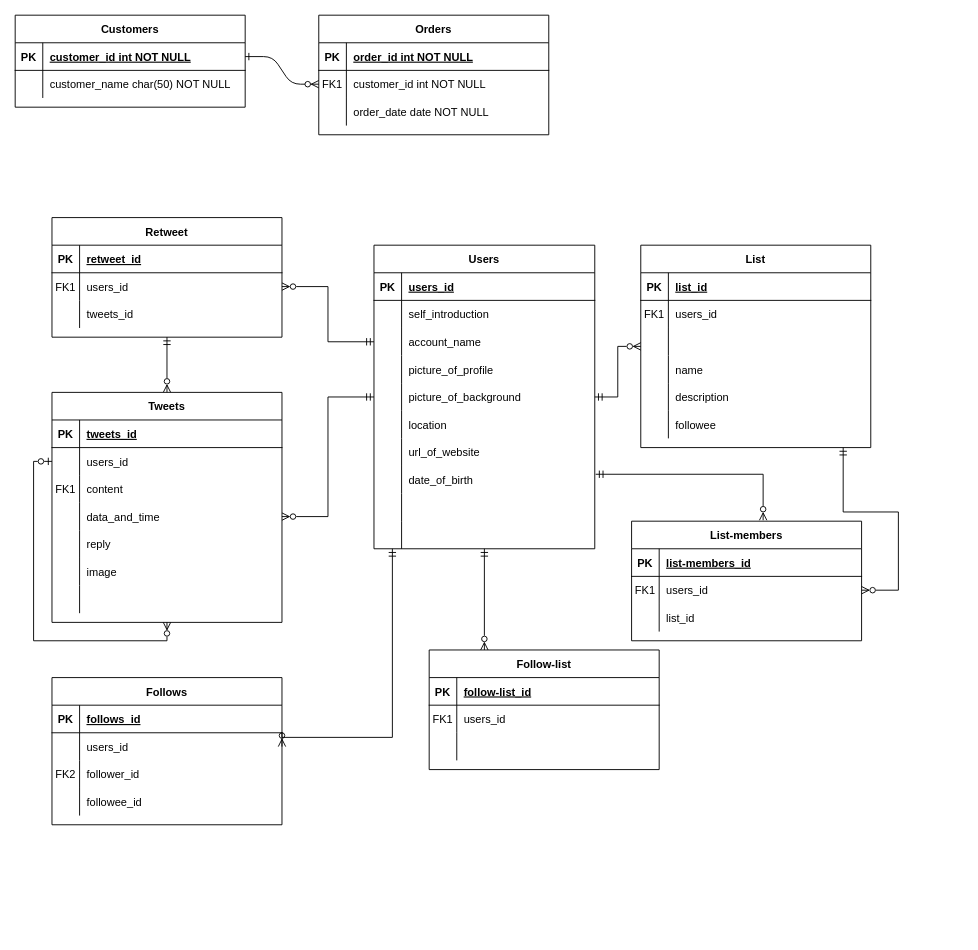
Earlier version of the draw.io diagram Untitled Diagram.drawio (umizaru/hello-world). Source tidied: cells renumbered, new cells numbered last; positions are measured from the earlier drawing's top-left corner, leaving out a move shared by most shapes. Both pictures are drawn from the tidied source at 92%, with x=0, y=0 at pixel (15, 15).
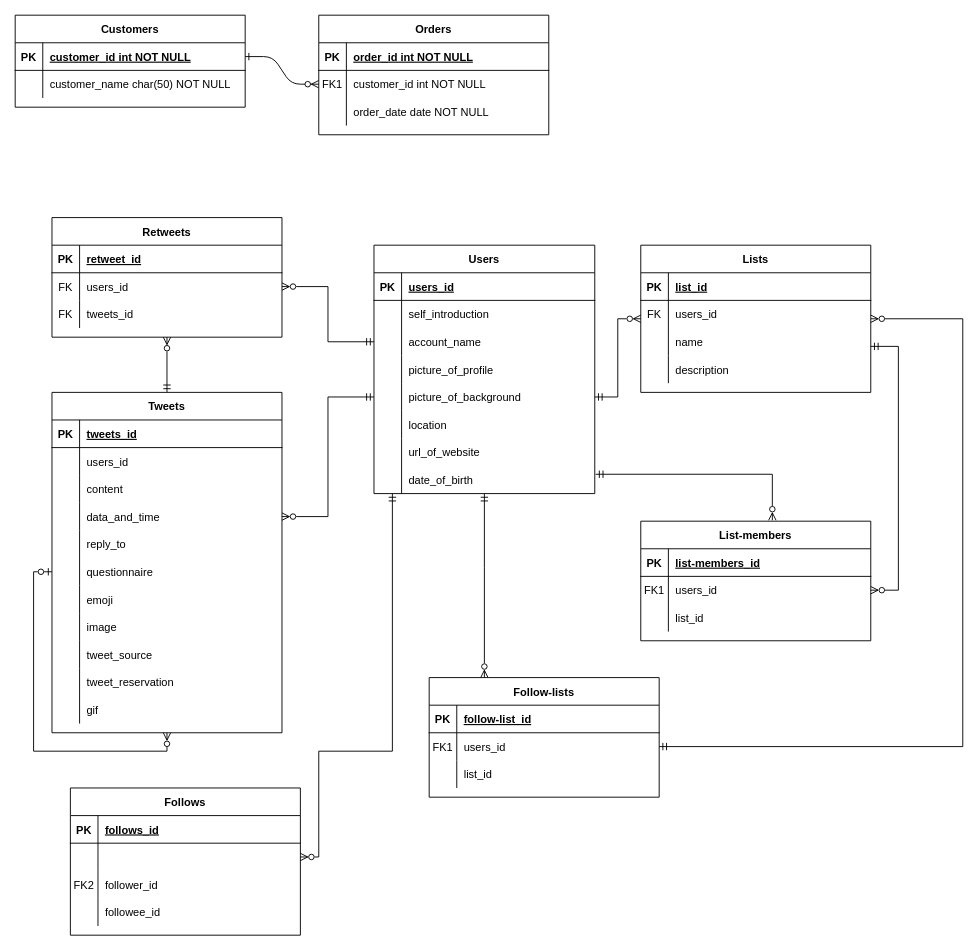
The same page after the edit.

Commit message (it also covers changes not shown here):
Untitled Diagram.drawio を更新します

Unchanged cells that the change refers to:
```xml
<mxCell id="25" style="shape=partialRectangle;fillColor=none;points=[[0,0.5],[1,0.5]];portConstraint=eastwest;top=0;left=0;right=0;bottom=0;" parent="21" vertex="1">
  <mxGeometry y="60" width="250" height="30" as="geometry" />
</mxCell>
<mxCell id="28" style="shape=partialRectangle;fillColor=none;top=0;left=0;right=0;bottom=0;" parent="21" vertex="1">
  <mxGeometry y="90" width="250" height="30" as="geometry" />
</mxCell>
<mxCell id="35" style="shape=partialRectangle;fillColor=none;points=[[0,0.5],[1,0.5]];portConstraint=eastwest;top=0;left=0;right=0;bottom=0;" parent="31" vertex="1">
  <mxGeometry y="60" width="250" height="30" as="geometry" />
</mxCell>
<mxCell id="49" style="shape=partialRectangle;fillColor=none;points=[[0,0.5],[1,0.5]];portConstraint=eastwest;top=0;left=0;right=0;bottom=0;" parent="44" vertex="1">
  <mxGeometry y="60" width="250" height="30" as="geometry" />
</mxCell>
<mxCell id="52" style="shape=partialRectangle;fillColor=none;top=0;left=0;right=0;bottom=0;" parent="44" vertex="1">
  <mxGeometry y="90" width="250" height="30" as="geometry" />
</mxCell>
<mxCell id="58" style="shape=partialRectangle;fillColor=none;top=0;left=0;right=0;bottom=0;" parent="44" vertex="1">
  <mxGeometry y="150" width="250" height="30" as="geometry" />
</mxCell>
<mxCell id="72" style="shape=partialRectangle;fillColor=none;top=0;left=0;right=0;bottom=0;" parent="68" vertex="1">
  <mxGeometry y="60" width="250" height="30" as="geometry" />
</mxCell>
<mxCell id="91" style="shape=partialRectangle;fillColor=none;points=[[0,0.5],[1,0.5]];portConstraint=eastwest;top=0;left=0;right=0;bottom=0;" parent="87" vertex="1">
  <mxGeometry y="60" width="250" height="30" as="geometry" />
</mxCell>
<mxCell id="94" style="shape=partialRectangle;fillColor=none;top=0;left=0;right=0;bottom=0;" parent="87" vertex="1">
  <mxGeometry y="90" width="250" height="30" as="geometry" />
</mxCell>
<mxCell id="101" style="shape=partialRectangle;fillColor=none;points=[[0,0.5],[1,0.5]];portConstraint=eastwest;top=0;left=0;right=0;bottom=0;" parent="97" vertex="1">
  <mxGeometry y="60" width="250" height="30" as="geometry" />
</mxCell>
```

Change to the diagram source:
```diff
@@
-    <mxCell id="20" style="edgeStyle=orthogonalEdgeStyle;rounded=0;jettySize=auto;html=1;startArrow=ERmandOne;startFill=0;endArrow=ERzeroToMany;endFill=0;" parent="1" edge="1" source="21" target="44">
-      <mxGeometry relative="1" as="geometry" />
-    </mxCell>
-    <mxCell id="21" value="Retweet" style="shape=table;startSize=30;childLayout=tableLayout;rowLines=0;fontStyle=1;align=center;" parent="1" vertex="1">
+    <mxCell id="21" value="Retweets" style="shape=table;startSize=30;childLayout=tableLayout;rowLines=0;fontStyle=1;align=center;" parent="1" vertex="1">
       <mxGeometry x="40" y="220" width="250" height="130" as="geometry" />
     </mxCell>
@@
-    <mxCell id="26" value="FK1" style="shape=partialRectangle;overflow=hidden;fillColor=none;top=0;left=0;bottom=0;right=0;" parent="25" vertex="1">
+    <mxCell id="26" value="FK" style="shape=partialRectangle;overflow=hidden;fillColor=none;top=0;left=0;bottom=0;right=0;" parent="25" vertex="1">
       <mxGeometry width="30" height="30" as="geometry" />
     </mxCell>
@@
-    <mxCell id="29" style="shape=partialRectangle;overflow=hidden;fillColor=none;top=0;left=0;bottom=0;right=0;" parent="28" vertex="1">
+    <mxCell id="29" value="FK" style="shape=partialRectangle;overflow=hidden;fillColor=none;top=0;left=0;bottom=0;right=0;" parent="28" vertex="1">
       <mxGeometry width="30" height="30" as="geometry" />
     </mxCell>
@@
     <mxCell id="31" value="Follows" style="shape=table;startSize=30;childLayout=tableLayout;rowLines=0;fontStyle=1;align=center;" parent="1" vertex="1">
-      <mxGeometry x="40" y="720" width="250" height="160" as="geometry" />
+      <mxGeometry x="60" y="840" width="250" height="160" as="geometry" />
     </mxCell>
@@
-    <mxCell id="37" value="users_id" style="shape=partialRectangle;overflow=hidden;fillColor=none;top=0;left=0;bottom=0;right=0;align=left;spacingLeft=6;" parent="35" vertex="1">
+    <mxCell id="37" style="shape=partialRectangle;overflow=hidden;fillColor=none;top=0;left=0;bottom=0;right=0;align=left;spacingLeft=6;" parent="35" vertex="1">
       <mxGeometry x="30" width="220" height="30" as="geometry" />
     </mxCell>
@@
+    <mxCell id="144" style="edgeStyle=orthogonalEdgeStyle;rounded=0;jettySize=auto;html=1;entryX=0.5;entryY=1;entryDx=0;entryDy=0;startArrow=ERmandOne;startFill=0;endArrow=ERzeroToMany;endFill=0;" parent="1" edge="1" source="44" target="21">
+      <mxGeometry relative="1" as="geometry" />
+    </mxCell>
     <mxCell id="44" value="Tweets" style="shape=table;startSize=30;childLayout=tableLayout;rowLines=0;fontStyle=1;align=center;" parent="1" vertex="1">
-      <mxGeometry x="40" y="410" width="250" height="250" as="geometry" />
+      <mxGeometry x="40" y="410" width="250" height="370" as="geometry" />
     </mxCell>
@@
-    <mxCell id="48" style="edgeStyle=orthogonalEdgeStyle;rounded=0;jettySize=auto;html=1;entryX=0.5;entryY=1;entryDx=0;entryDy=0;startArrow=ERzeroToOne;startFill=0;endArrow=ERzeroToMany;endFill=0;" parent="44" edge="1" source="49" target="44">
-      <mxGeometry relative="1" as="geometry" />
+    <mxCell id="48" style="edgeStyle=orthogonalEdgeStyle;rounded=0;jettySize=auto;html=1;entryX=0.5;entryY=1;entryDx=0;entryDy=0;startArrow=ERzeroToOne;startFill=0;endArrow=ERzeroToMany;endFill=0;exitX=0;exitY=0.5;exitDx=0;exitDy=0;" parent="44" edge="1" source="84" target="44">
+      <mxGeometry relative="1" as="geometry">
+        <Array as="points">
+          <mxPoint x="-20" y="195" />
+          <mxPoint x="-20" y="390" />
+          <mxPoint x="125" y="390" />
+        </Array>
+      </mxGeometry>
     </mxCell>
@@
-    <mxCell id="53" value="FK1" style="shape=partialRectangle;overflow=hidden;fillColor=none;top=0;left=0;bottom=0;right=0;" parent="52" vertex="1">
+    <mxCell id="53" style="shape=partialRectangle;overflow=hidden;fillColor=none;top=0;left=0;bottom=0;right=0;" parent="52" vertex="1">
       <mxGeometry width="30" height="30" as="geometry" />
     </mxCell>
@@
-    <mxCell id="60" value="reply    " style="shape=partialRectangle;overflow=hidden;fillColor=none;top=0;left=0;bottom=0;right=0;align=left;spacingLeft=6;" parent="58" vertex="1">
+    <mxCell id="60" value="reply_to" style="shape=partialRectangle;overflow=hidden;fillColor=none;top=0;left=0;bottom=0;right=0;align=left;spacingLeft=6;" parent="58" vertex="1">
       <mxGeometry x="30" width="220" height="30" as="geometry" />
     </mxCell>
+    <mxCell id="84" style="shape=partialRectangle;fillColor=none;points=[[0,0.5],[1,0.5]];portConstraint=eastwest;top=0;left=0;right=0;bottom=0;" parent="44" vertex="1">
+      <mxGeometry y="180" width="250" height="30" as="geometry" />
+    </mxCell>
+    <mxCell id="145" style="shape=partialRectangle;overflow=hidden;fillColor=none;top=0;left=0;bottom=0;right=0;" parent="84" vertex="1">
+      <mxGeometry width="30" height="30" as="geometry" />
+    </mxCell>
+    <mxCell id="146" value="questionnaire" style="shape=partialRectangle;overflow=hidden;fillColor=none;top=0;left=0;bottom=0;right=0;align=left;spacingLeft=6;" parent="84" vertex="1">
+      <mxGeometry x="30" width="220" height="30" as="geometry" />
+    </mxCell>
+    <mxCell id="147" style="shape=partialRectangle;fillColor=none;top=0;left=0;right=0;bottom=0;" parent="44" vertex="1">
+      <mxGeometry y="210" width="250" height="30" as="geometry" />
+    </mxCell>
+    <mxCell id="148" style="shape=partialRectangle;overflow=hidden;fillColor=none;top=0;left=0;bottom=0;right=0;" parent="147" vertex="1">
+      <mxGeometry width="30" height="30" as="geometry" />
+    </mxCell>
+    <mxCell id="149" value="emoji" style="shape=partialRectangle;overflow=hidden;fillColor=none;top=0;left=0;bottom=0;right=0;align=left;spacingLeft=6;" parent="147" vertex="1">
+      <mxGeometry x="30" width="220" height="30" as="geometry" />
+    </mxCell>
     <mxCell id="61" style="shape=partialRectangle;fillColor=none;top=0;left=0;right=0;bottom=0;" parent="44" vertex="1">
-      <mxGeometry y="180" width="250" height="30" as="geometry" />
+      <mxGeometry y="240" width="250" height="30" as="geometry" />
     </mxCell>
@@
     <mxCell id="64" style="shape=partialRectangle;fillColor=none;top=0;left=0;right=0;bottom=0;" parent="44" vertex="1">
-      <mxGeometry y="210" width="250" height="30" as="geometry" />
+      <mxGeometry y="270" width="250" height="30" as="geometry" />
     </mxCell>
@@
-    <mxCell id="66" style="shape=partialRectangle;overflow=hidden;fillColor=none;top=0;left=0;bottom=0;right=0;align=left;spacingLeft=6;" parent="64" vertex="1">
+    <mxCell id="66" value="tweet_source" style="shape=partialRectangle;overflow=hidden;fillColor=none;top=0;left=0;bottom=0;right=0;align=left;spacingLeft=6;" parent="64" vertex="1">
       <mxGeometry x="30" width="220" height="30" as="geometry" />
     </mxCell>
+    <mxCell id="150" style="shape=partialRectangle;fillColor=none;top=0;left=0;right=0;bottom=0;" parent="44" vertex="1">
+      <mxGeometry y="300" width="250" height="30" as="geometry" />
+    </mxCell>
+    <mxCell id="151" style="shape=partialRectangle;overflow=hidden;fillColor=none;top=0;left=0;bottom=0;right=0;" parent="150" vertex="1">
+      <mxGeometry width="30" height="30" as="geometry" />
+    </mxCell>
+    <mxCell id="152" value="tweet_reservation    " style="shape=partialRectangle;overflow=hidden;fillColor=none;top=0;left=0;bottom=0;right=0;align=left;spacingLeft=6;" parent="150" vertex="1">
+      <mxGeometry x="30" width="220" height="30" as="geometry" />
+    </mxCell>
+    <mxCell id="153" style="shape=partialRectangle;fillColor=none;top=0;left=0;right=0;bottom=0;" parent="44" vertex="1">
+      <mxGeometry y="330" width="250" height="30" as="geometry" />
+    </mxCell>
+    <mxCell id="154" style="shape=partialRectangle;overflow=hidden;fillColor=none;top=0;left=0;bottom=0;right=0;" parent="153" vertex="1">
+      <mxGeometry width="30" height="30" as="geometry" />
+    </mxCell>
+    <mxCell id="155" value="gif" style="shape=partialRectangle;overflow=hidden;fillColor=none;top=0;left=0;bottom=0;right=0;align=left;spacingLeft=6;" parent="153" vertex="1">
+      <mxGeometry x="30" width="220" height="30" as="geometry" />
+    </mxCell>
     <mxCell id="67" style="edgeStyle=orthogonalEdgeStyle;rounded=0;jettySize=auto;html=1;entryX=1;entryY=0.5;entryDx=0;entryDy=0;startArrow=ERmandOne;startFill=0;endArrow=ERzeroToMany;endFill=0;" parent="1" edge="1" source="68" target="101">
       <mxGeometry relative="1" as="geometry">
         <Array as="points">
-          <mxPoint x="900" y="540" />
-          <mxPoint x="960" y="540" />
+          <mxPoint x="960" y="360" />
           <mxPoint x="960" y="625" />
         </Array>
       </mxGeometry>
     </mxCell>
-    <mxCell id="68" value="List" style="shape=table;startSize=30;childLayout=tableLayout;rowLines=0;fontStyle=1;align=center;" parent="1" vertex="1">
-      <mxGeometry x="680" y="250" width="250" height="220" as="geometry" />
+    <mxCell id="68" value="Lists" style="shape=table;startSize=30;childLayout=tableLayout;rowLines=0;fontStyle=1;align=center;" parent="1" vertex="1">
+      <mxGeometry x="680" y="250" width="250" height="160" as="geometry" />
     </mxCell>
@@
-    <mxCell id="73" value="FK1" style="shape=partialRectangle;overflow=hidden;fillColor=none;top=0;left=0;bottom=0;right=0;" parent="72" vertex="1">
+    <mxCell id="73" value="FK" style="shape=partialRectangle;overflow=hidden;fillColor=none;top=0;left=0;bottom=0;right=0;" parent="72" vertex="1">
       <mxGeometry width="30" height="30" as="geometry" />
     </mxCell>
@@
-    <mxCell id="75" style="shape=partialRectangle;fillColor=none;top=0;left=0;right=0;bottom=0;" parent="68" vertex="1">
-      <mxGeometry y="90" width="250" height="30" as="geometry" />
-    </mxCell>
-    <mxCell id="76" style="shape=partialRectangle;overflow=hidden;fillColor=none;top=0;left=0;bottom=0;right=0;" parent="75" vertex="1">
-      <mxGeometry width="30" height="30" as="geometry" />
-    </mxCell>
-    <mxCell id="77" style="shape=partialRectangle;overflow=hidden;fillColor=none;top=0;left=0;bottom=0;right=0;align=left;spacingLeft=6;" parent="75" vertex="1">
-      <mxGeometry x="30" width="220" height="30" as="geometry" />
-    </mxCell>
     <mxCell id="78" style="shape=partialRectangle;fillColor=none;top=0;left=0;right=0;bottom=0;" parent="68" vertex="1">
-      <mxGeometry y="120" width="250" height="30" as="geometry" />
+      <mxGeometry y="90" width="250" height="30" as="geometry" />
     </mxCell>
@@
     <mxCell id="81" style="shape=partialRectangle;fillColor=none;top=0;left=0;right=0;bottom=0;" parent="68" vertex="1">
-      <mxGeometry y="150" width="250" height="30" as="geometry" />
+      <mxGeometry y="120" width="250" height="30" as="geometry" />
     </mxCell>
@@
-    <mxCell id="84" style="shape=partialRectangle;fillColor=none;points=[[0,0.5],[1,0.5]];portConstraint=eastwest;top=0;left=0;right=0;bottom=0;" parent="68" vertex="1">
-      <mxGeometry y="180" width="250" height="30" as="geometry" />
-    </mxCell>
-    <mxCell id="85" style="shape=partialRectangle;overflow=hidden;fillColor=none;top=0;left=0;bottom=0;right=0;" parent="84" vertex="1">
-      <mxGeometry width="30" height="30" as="geometry" />
-    </mxCell>
-    <mxCell id="86" value="followee" style="shape=partialRectangle;overflow=hidden;fillColor=none;top=0;left=0;bottom=0;right=0;align=left;spacingLeft=6;" parent="84" vertex="1">
-      <mxGeometry x="30" width="220" height="30" as="geometry" />
-    </mxCell>
-    <mxCell id="87" value="Follow-list" style="shape=table;startSize=30;childLayout=tableLayout;rowLines=0;fontStyle=1;align=center;" parent="1" vertex="1">
-      <mxGeometry x="450" y="690" width="250" height="130" as="geometry" />
+    <mxCell id="87" value="Follow-lists" style="shape=table;startSize=30;childLayout=tableLayout;rowLines=0;fontStyle=1;align=center;" parent="1" vertex="1">
+      <mxGeometry x="450" y="720" width="250" height="130" as="geometry" />
     </mxCell>
@@
-    <mxCell id="96" style="shape=partialRectangle;overflow=hidden;fillColor=none;top=0;left=0;bottom=0;right=0;align=left;spacingLeft=6;" parent="94" vertex="1">
+    <mxCell id="96" value="list_id" style="shape=partialRectangle;overflow=hidden;fillColor=none;top=0;left=0;bottom=0;right=0;align=left;spacingLeft=6;" parent="94" vertex="1">
       <mxGeometry x="30" width="220" height="30" as="geometry" />
     </mxCell>
     <mxCell id="97" value="List-members" style="shape=table;startSize=30;childLayout=tableLayout;rowLines=0;fontStyle=1;align=center;" parent="1" vertex="1">
-      <mxGeometry x="670" y="550" width="250" height="130" as="geometry" />
+      <mxGeometry x="680" y="550" width="250" height="130" as="geometry" />
     </mxCell>
@@
     <mxCell id="107" style="edgeStyle=orthogonalEdgeStyle;rounded=0;jettySize=auto;html=1;entryX=1;entryY=0.5;entryDx=0;entryDy=0;startArrow=ERmandOne;startFill=0;endArrow=ERzeroToMany;endFill=0;" parent="1" edge="1" source="108" target="35">
       <mxGeometry relative="1" as="geometry">
         <Array as="points">
-          <mxPoint x="410" y="785" />
+          <mxPoint x="410" y="800" />
+          <mxPoint x="330" y="800" />
+          <mxPoint x="330" y="915" />
         </Array>
       </mxGeometry>
     </mxCell>
     <mxCell id="108" value="Users" style="shape=table;startSize=30;childLayout=tableLayout;rowLines=0;fontStyle=1;align=center;" parent="1" vertex="1">
-      <mxGeometry x="390" y="250" width="240" height="330" as="geometry" />
+      <mxGeometry x="390" y="250" width="240" height="270" as="geometry" />
     </mxCell>
@@
-    <mxCell id="133" style="shape=partialRectangle;fillColor=none;top=0;left=0;right=0;bottom=0;" parent="108" vertex="1">
-      <mxGeometry y="270" width="240" height="30" as="geometry" />
-    </mxCell>
-    <mxCell id="134" style="shape=partialRectangle;overflow=hidden;fillColor=none;top=0;left=0;bottom=0;right=0;" parent="133" vertex="1">
-      <mxGeometry width="30" height="30" as="geometry" />
-    </mxCell>
-    <mxCell id="135" style="shape=partialRectangle;overflow=hidden;fillColor=none;top=0;left=0;bottom=0;right=0;align=left;spacingLeft=6;" parent="133" vertex="1">
-      <mxGeometry x="30" width="210" height="30" as="geometry" />
-    </mxCell>
-    <mxCell id="136" style="shape=partialRectangle;fillColor=none;points=[[0,0.5],[1,0.5]];portConstraint=eastwest;top=0;left=0;right=0;bottom=0;" parent="108" vertex="1">
-      <mxGeometry y="300" width="240" height="30" as="geometry" />
-    </mxCell>
-    <mxCell id="137" style="shape=partialRectangle;overflow=hidden;fillColor=none;top=0;left=0;bottom=0;right=0;" parent="136" vertex="1">
-      <mxGeometry width="30" height="30" as="geometry" />
-    </mxCell>
-    <mxCell id="138" style="shape=partialRectangle;overflow=hidden;fillColor=none;top=0;left=0;bottom=0;right=0;align=left;spacingLeft=6;" parent="136" vertex="1">
-      <mxGeometry x="30" width="210" height="30" as="geometry" />
-    </mxCell>
@@
-    <mxCell id="143" style="edgeStyle=orthogonalEdgeStyle;rounded=0;jettySize=auto;html=1;startArrow=ERmandOne;startFill=0;endArrow=ERzeroToMany;endFill=0;" parent="1" edge="1" source="136" target="87">
+    <mxCell id="143" style="edgeStyle=orthogonalEdgeStyle;rounded=0;jettySize=auto;html=1;startArrow=ERmandOne;startFill=0;endArrow=ERzeroToMany;endFill=0;" parent="1" edge="1" target="87">
       <mxGeometry relative="1" as="geometry">
+        <mxPoint x="510" y="520" as="sourcePoint" />
         <Array as="points">
-          <mxPoint x="590" y="800" />
-          <mxPoint x="465" y="800" />
+          <mxPoint x="510" y="600" />
+          <mxPoint x="510" y="600" />
         </Array>
       </mxGeometry>
     </mxCell>
+    <mxCell id="156" style="edgeStyle=orthogonalEdgeStyle;rounded=0;jettySize=auto;html=1;exitX=1;exitY=0.5;exitDx=0;exitDy=0;startArrow=ERmandOne;startFill=0;endArrow=ERzeroToMany;endFill=0;" parent="1" edge="1" source="91">
+      <mxGeometry relative="1" as="geometry">
+        <mxPoint x="930" y="330" as="targetPoint" />
+        <Array as="points">
+          <mxPoint x="1030" y="795" />
+          <mxPoint x="1030" y="330" />
+          <mxPoint x="930" y="330" />
+        </Array>
+      </mxGeometry>
+    </mxCell>
```
